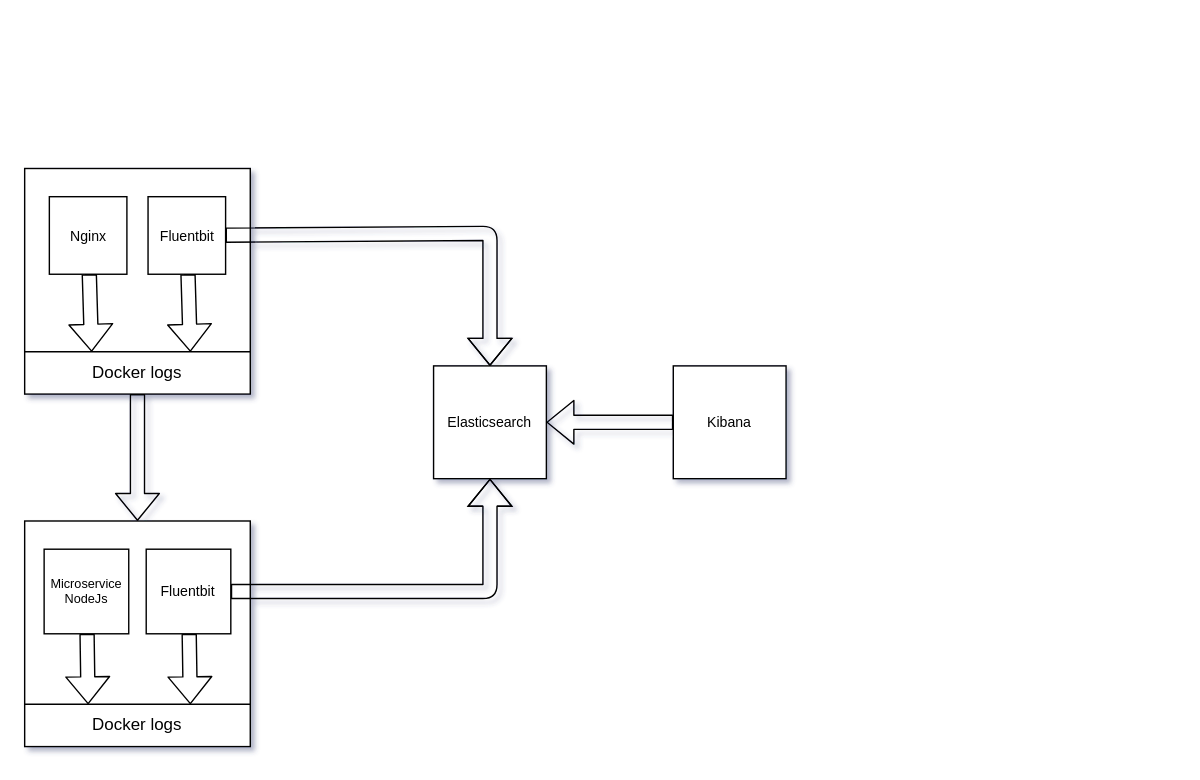
This is documentation/arch.drawio from jeordanecarlosbatista/docker-loggin-efk, a draw.io file, before an edit. Source tidied: cells renumbered, new cells numbered last; positions are measured from the earlier drawing's top-left corner, leaving out a move shared by most shapes. Both pictures are drawn from the tidied source at 141%, with x=0, y=0 at pixel (24, 168).
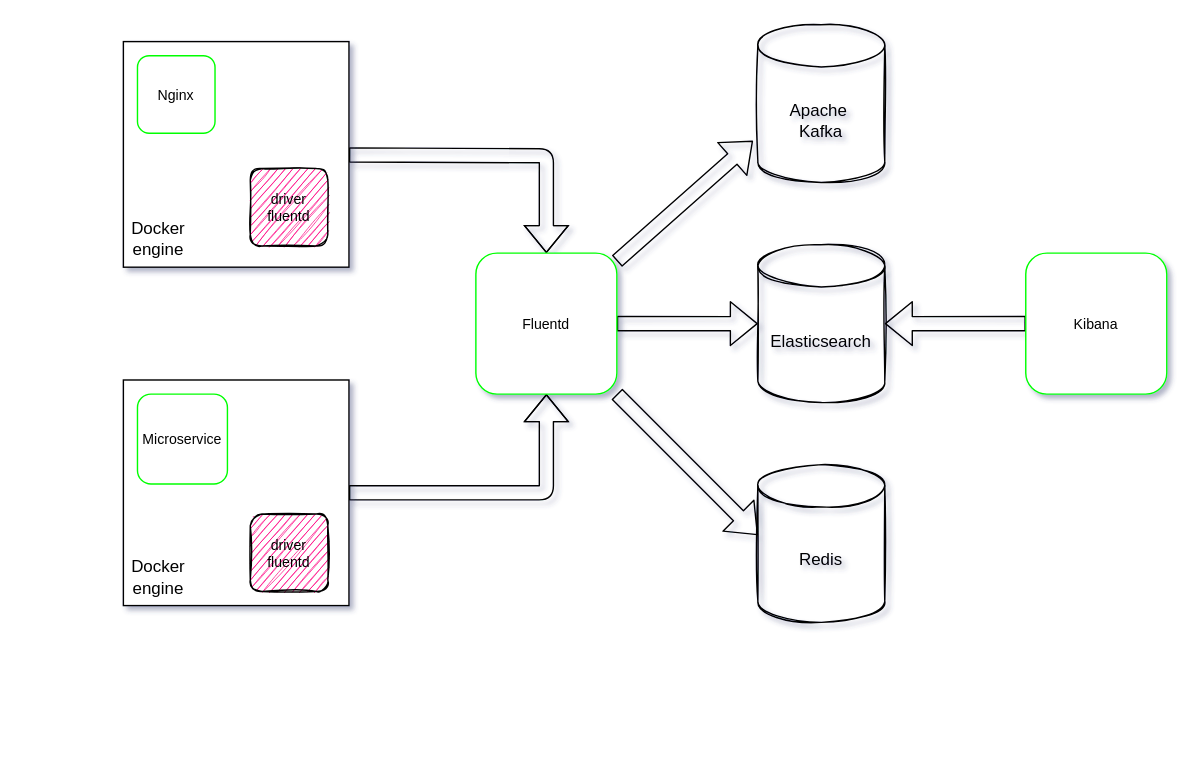
After the change.

The edit, as a diff of the source:
```diff
@@
-<mxGraphModel background="#ffffff" shadow="1">
+<mxGraphModel shadow="1">
@@
-    <mxCell id="2" style="whiteSpace=wrap;html=1;" parent="1" vertex="1">
-      <mxGeometry y="250" width="160" height="160" as="geometry" />
-    </mxCell>
-    <mxCell id="3" style="edgeStyle=none;shape=flexArrow;html=1;" parent="1" edge="1" source="4">
-      <mxGeometry relative="1" as="geometry">
-        <mxPoint x="45" y="380" as="targetPoint" />
-      </mxGeometry>
-    </mxCell>
-    <mxCell id="4" value="Microservice&lt;br style=&quot;font-size: 9px;&quot;&gt;NodeJs" style="whiteSpace=wrap;html=1;fontSize=9;" parent="1" vertex="1">
-      <mxGeometry x="13.8" y="270" width="60" height="60" as="geometry" />
-    </mxCell>
-    <mxCell id="5" style="endArrow=none;html=1;" parent="1" edge="1">
-      <mxGeometry relative="1" as="geometry">
-        <mxPoint y="380" as="sourcePoint" />
-        <mxPoint x="160" y="380" as="targetPoint" />
-      </mxGeometry>
-    </mxCell>
-    <mxCell id="6" value="Docker logs" style="text;html=1;strokeColor=none;fillColor=none;align=center;verticalAlign=middle;whiteSpace=wrap;rounded=0;" parent="1" vertex="1">
-      <mxGeometry x="45" y="390" width="70" height="10" as="geometry" />
-    </mxCell>
-    <mxCell id="7" style="edgeStyle=none;shape=flexArrow;html=1;entryX=0.5;entryY=0;entryDx=0;entryDy=0;" parent="1" edge="1" source="8" target="2">
-      <mxGeometry relative="1" as="geometry" />
-    </mxCell>
+    <mxCell id="22" style="edgeStyle=none;html=1;entryX=0.5;entryY=0;entryDx=0;entryDy=0;shape=flexArrow;" parent="1" edge="1" source="8" target="32">
+      <mxGeometry relative="1" as="geometry">
+        <Array as="points">
+          <mxPoint x="370" y="-9" />
+        </Array>
+      </mxGeometry>
+    </mxCell>
     <mxCell id="8" style="whiteSpace=wrap;html=1;" parent="1" vertex="1">
-      <mxGeometry width="160" height="160" as="geometry" />
+      <mxGeometry x="70" y="-90" width="160" height="160" as="geometry" />
     </mxCell>
-    <mxCell id="9" style="edgeStyle=none;shape=flexArrow;html=1;" parent="1" edge="1" source="10">
-      <mxGeometry relative="1" as="geometry">
-        <mxPoint x="47.5" y="130" as="targetPoint" />
-      </mxGeometry>
-    </mxCell>
-    <mxCell id="10" value="Nginx" style="whiteSpace=wrap;html=1;fontSize=10;" parent="1" vertex="1">
-      <mxGeometry x="17.5" y="20" width="55" height="55" as="geometry" />
+    <mxCell id="10" value="Nginx" style="whiteSpace=wrap;html=1;fontSize=10;shadow=0;sketch=0;glass=0;rounded=1;strokeColor=#00FF00;" parent="1" vertex="1">
+      <mxGeometry x="80" y="-80" width="55" height="55" as="geometry" />
     </mxCell>
-    <mxCell id="11" style="endArrow=none;html=1;" parent="1" edge="1">
-      <mxGeometry relative="1" as="geometry">
-        <mxPoint y="130" as="sourcePoint" />
-        <mxPoint x="160" y="130" as="targetPoint" />
-      </mxGeometry>
-    </mxCell>
-    <mxCell id="12" value="Docker logs" style="text;html=1;strokeColor=none;fillColor=none;align=center;verticalAlign=middle;whiteSpace=wrap;rounded=0;" parent="1" vertex="1">
-      <mxGeometry x="45" y="140" width="70" height="10" as="geometry" />
-    </mxCell>
-    <mxCell id="13" style="edgeStyle=none;html=1;shape=flexArrow;" parent="1" edge="1" source="15">
-      <mxGeometry relative="1" as="geometry">
-        <mxPoint x="117.5" y="130" as="targetPoint" />
-      </mxGeometry>
-    </mxCell>
-    <mxCell id="14" style="edgeStyle=none;shape=flexArrow;html=1;fontSize=10;entryX=0.5;entryY=0;entryDx=0;entryDy=0;" parent="1" edge="1" source="15" target="19">
-      <mxGeometry relative="1" as="geometry">
-        <Array as="points">
-          <mxPoint x="330" y="46" />
-        </Array>
-      </mxGeometry>
-    </mxCell>
-    <mxCell id="15" value="Fluentbit" style="whiteSpace=wrap;html=1;fontSize=10;" parent="1" vertex="1">
-      <mxGeometry x="87.5" y="20" width="55" height="55" as="geometry" />
+    <mxCell id="15" value="driver&lt;br&gt;fluentd" style="whiteSpace=wrap;html=1;fontSize=10;rounded=1;sketch=1;fillStyle=auto;fillColor=#FF0080;" parent="1" vertex="1">
+      <mxGeometry x="160" width="55" height="55" as="geometry" />
     </mxCell>
-    <mxCell id="16" style="edgeStyle=none;html=1;shape=flexArrow;" parent="1" edge="1" source="18">
-      <mxGeometry relative="1" as="geometry">
-        <mxPoint x="117.5" y="380" as="targetPoint" />
-      </mxGeometry>
-    </mxCell>
-    <mxCell id="17" style="edgeStyle=none;shape=flexArrow;html=1;fontSize=10;entryX=0.5;entryY=1;entryDx=0;entryDy=0;" parent="1" edge="1" source="18" target="19">
-      <mxGeometry relative="1" as="geometry">
-        <Array as="points">
-          <mxPoint x="330" y="300" />
-        </Array>
-      </mxGeometry>
-    </mxCell>
-    <mxCell id="18" value="Fluentbit" style="whiteSpace=wrap;html=1;fontSize=10;" parent="1" vertex="1">
-      <mxGeometry x="86.2" y="270" width="60" height="60" as="geometry" />
-    </mxCell>
-    <mxCell id="19" value="Elasticsearch" style="whiteSpace=wrap;html=1;fontSize=10;" parent="1" vertex="1">
-      <mxGeometry x="290" y="140" width="80" height="80" as="geometry" />
-    </mxCell>
-    <mxCell id="20" style="edgeStyle=none;shape=flexArrow;html=1;entryX=1;entryY=0.5;entryDx=0;entryDy=0;fontSize=10;" parent="1" edge="1" source="21" target="19">
+    <mxCell id="20" style="edgeStyle=none;shape=flexArrow;html=1;entryX=1;entryY=0.5;entryDx=0;entryDy=0;fontSize=10;entryPerimeter=0;" parent="1" edge="1" source="21" target="19">
       <mxGeometry relative="1" as="geometry" />
     </mxCell>
-    <mxCell id="21" value="Kibana" style="whiteSpace=wrap;html=1;fontSize=10;" parent="1" vertex="1">
-      <mxGeometry x="460" y="140" width="80" height="80" as="geometry" />
+    <mxCell id="21" value="Kibana" style="whiteSpace=wrap;html=1;fontSize=10;rounded=1;strokeColor=#00FF00;" parent="1" vertex="1">
+      <mxGeometry x="710" y="60" width="100" height="100" as="geometry" />
     </mxCell>
+    <mxCell id="23" value="Docker engine" style="text;html=1;strokeColor=none;fillColor=none;align=center;verticalAlign=middle;whiteSpace=wrap;rounded=0;shadow=0;glass=0;sketch=1;" parent="1" vertex="1">
+      <mxGeometry x="75" y="40" width="40" height="20" as="geometry" />
+    </mxCell>
+    <mxCell id="24" style="edgeStyle=none;html=1;entryX=0.5;entryY=1;entryDx=0;entryDy=0;shape=flexArrow;" parent="1" edge="1" source="25" target="32">
+      <mxGeometry relative="1" as="geometry">
+        <Array as="points">
+          <mxPoint x="370" y="230" />
+        </Array>
+      </mxGeometry>
+    </mxCell>
+    <mxCell id="25" style="whiteSpace=wrap;html=1;" parent="1" vertex="1">
+      <mxGeometry x="70" y="150" width="160" height="160" as="geometry" />
+    </mxCell>
+    <mxCell id="26" value="Microservice" style="whiteSpace=wrap;html=1;fontSize=10;shadow=0;sketch=0;glass=0;rounded=1;strokeColor=#00FF00;" parent="1" vertex="1">
+      <mxGeometry x="80" y="160" width="63.8" height="63.8" as="geometry" />
+    </mxCell>
+    <mxCell id="27" value="driver&lt;br&gt;fluentd" style="whiteSpace=wrap;html=1;fontSize=10;rounded=1;sketch=1;fillStyle=auto;fillColor=#FF0080;" parent="1" vertex="1">
+      <mxGeometry x="160" y="245" width="55" height="55" as="geometry" />
+    </mxCell>
+    <mxCell id="28" value="Docker engine" style="text;html=1;strokeColor=none;fillColor=none;align=center;verticalAlign=middle;whiteSpace=wrap;rounded=0;shadow=0;glass=0;sketch=1;" parent="1" vertex="1">
+      <mxGeometry x="75" y="280" width="40" height="20" as="geometry" />
+    </mxCell>
+    <mxCell id="29" style="edgeStyle=none;shape=flexArrow;html=1;entryX=0;entryY=0.5;entryDx=0;entryDy=0;entryPerimeter=0;" parent="1" edge="1" source="32" target="19">
+      <mxGeometry relative="1" as="geometry" />
+    </mxCell>
+    <mxCell id="30" style="edgeStyle=none;shape=flexArrow;html=1;entryX=-0.039;entryY=0.736;entryDx=0;entryDy=0;entryPerimeter=0;" parent="1" edge="1" source="32" target="33">
+      <mxGeometry relative="1" as="geometry" />
+    </mxCell>
+    <mxCell id="31" style="edgeStyle=none;shape=flexArrow;html=1;entryX=0;entryY=0.447;entryDx=0;entryDy=0;entryPerimeter=0;" parent="1" edge="1" source="32" target="34">
+      <mxGeometry relative="1" as="geometry" />
+    </mxCell>
+    <mxCell id="32" value="Fluentd" style="whiteSpace=wrap;html=1;fontSize=10;rounded=1;strokeColor=#00FF00;" parent="1" vertex="1">
+      <mxGeometry x="320" y="60" width="100" height="100" as="geometry" />
+    </mxCell>
+    <mxCell id="19" value="Elasticsearch" style="shape=cylinder3;whiteSpace=wrap;html=1;boundedLbl=1;backgroundOutline=1;size=15;rounded=1;shadow=0;glass=0;sketch=1;gradientDirection=south;fillColor=none;" parent="1" vertex="1">
+      <mxGeometry x="520" y="54.1" width="90" height="111.9" as="geometry" />
+    </mxCell>
+    <mxCell id="33" value="Apache&amp;nbsp;&lt;br&gt;Kafka" style="shape=cylinder3;whiteSpace=wrap;html=1;boundedLbl=1;backgroundOutline=1;size=15;rounded=1;shadow=0;glass=0;sketch=1;gradientDirection=south;fillColor=none;" parent="1" vertex="1">
+      <mxGeometry x="520" y="-102" width="90" height="111.9" as="geometry" />
+    </mxCell>
+    <mxCell id="34" value="Redis" style="shape=cylinder3;whiteSpace=wrap;html=1;boundedLbl=1;backgroundOutline=1;size=15;rounded=1;shadow=0;glass=0;sketch=1;gradientDirection=south;fillColor=none;" parent="1" vertex="1">
+      <mxGeometry x="520" y="210" width="90" height="111.9" as="geometry" />
+    </mxCell>
```
